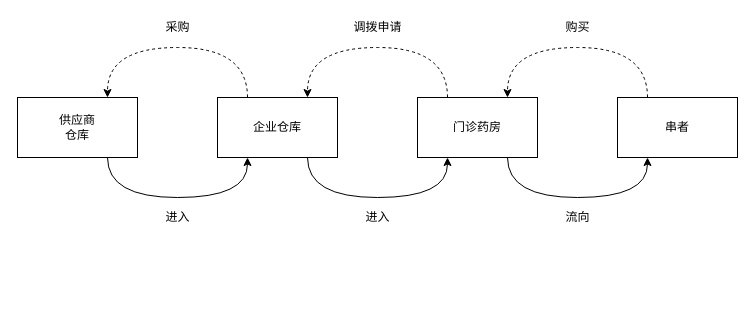
Before: ent_yaopin_flow.drawio in ab-doc/draw.io, a draw.io diagram. Source tidied: cells renumbered, new cells numbered last; positions are measured from the earlier drawing's top-left corner, leaving out a move shared by most shapes. Both pictures are drawn from the tidied source at 100%, with x=0, y=0 at pixel (17, 17).
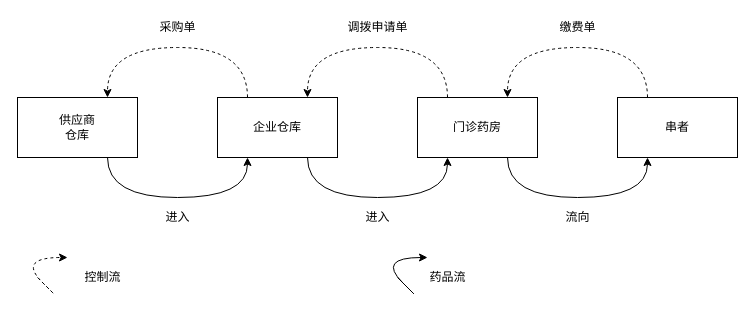
The same diagram, later.

The edit, as a diff of the source:
```diff
@@
-    <mxCell id="12" value="采购" style="text;html=1;align=center;verticalAlign=middle;strokeColor=none;fillColor=none;" parent="1" vertex="1">
-      <mxGeometry x="140" width="40" height="20" as="geometry" />
+    <mxCell id="12" value="采购单" style="text;html=1;align=center;verticalAlign=middle;strokeColor=none;fillColor=none;" parent="1" vertex="1">
+      <mxGeometry x="135" width="50" height="20" as="geometry" />
     </mxCell>
-    <mxCell id="13" value="调拨申请" style="text;html=1;align=center;verticalAlign=middle;strokeColor=none;fillColor=none;" parent="1" vertex="1">
-      <mxGeometry x="330" width="60" height="20" as="geometry" />
+    <mxCell id="13" value="调拨申请单" style="text;html=1;align=center;verticalAlign=middle;strokeColor=none;fillColor=none;" parent="1" vertex="1">
+      <mxGeometry x="320" width="80" height="20" as="geometry" />
     </mxCell>
-    <mxCell id="14" value="购买" style="text;html=1;align=center;verticalAlign=middle;strokeColor=none;fillColor=none;" parent="1" vertex="1">
-      <mxGeometry x="540" width="40" height="20" as="geometry" />
+    <mxCell id="14" value="缴费单" style="text;html=1;align=center;verticalAlign=middle;strokeColor=none;fillColor=none;" parent="1" vertex="1">
+      <mxGeometry x="535" width="50" height="20" as="geometry" />
     </mxCell>
@@
+    <mxCell id="18" style="curved=1;endArrow=classic;html=1;rounded=0;dashed=1;" parent="1" edge="1">
+      <mxGeometry relative="1" as="geometry">
+        <mxPoint x="20" y="260" as="sourcePoint" />
+        <mxPoint x="50" y="240" as="targetPoint" />
+        <Array as="points">
+          <mxPoint x="50" y="290" />
+          <mxPoint y="240" />
+        </Array>
+      </mxGeometry>
+    </mxCell>
+    <mxCell id="19" style="curved=1;endArrow=classic;html=1;rounded=0;" parent="1" edge="1">
+      <mxGeometry relative="1" as="geometry">
+        <mxPoint x="380" y="260" as="sourcePoint" />
+        <mxPoint x="410" y="240" as="targetPoint" />
+        <Array as="points">
+          <mxPoint x="410" y="290" />
+          <mxPoint x="360" y="240" />
+        </Array>
+      </mxGeometry>
+    </mxCell>
+    <mxCell id="20" value="控制流" style="text;html=1;align=center;verticalAlign=middle;strokeColor=none;fillColor=none;" parent="1" vertex="1">
+      <mxGeometry x="60" y="250" width="50" height="20" as="geometry" />
+    </mxCell>
+    <mxCell id="21" value="药品流" style="text;html=1;align=center;verticalAlign=middle;strokeColor=none;fillColor=none;" parent="1" vertex="1">
+      <mxGeometry x="405" y="250" width="50" height="20" as="geometry" />
+    </mxCell>
```
